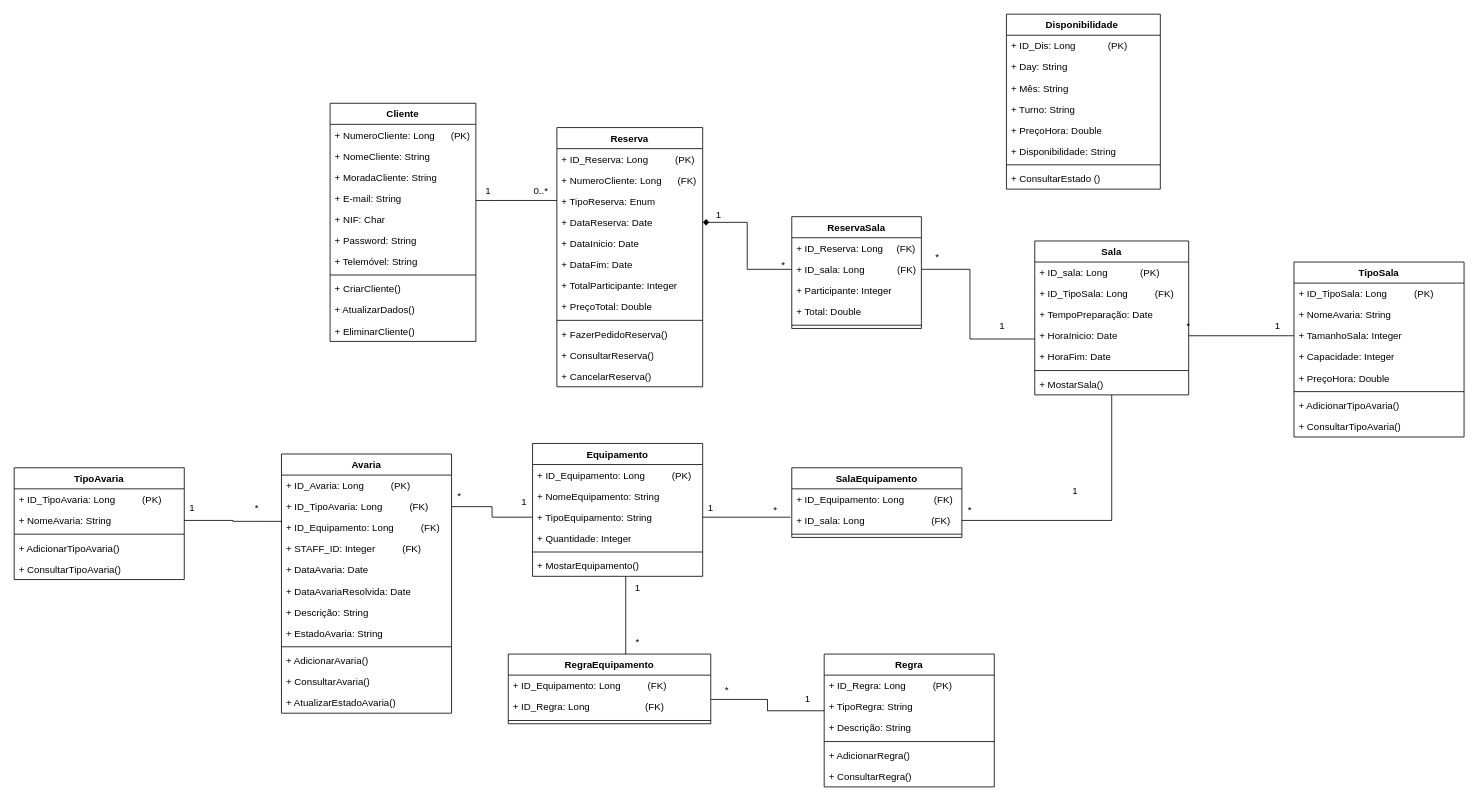
ic3K1ng/Rooms-Equipments keeps this draw.io diagram as Diagrama de Classes.drawio. Above is the earlier version. Source tidied: cells renumbered, new cells numbered last; positions are measured from the earlier drawing's top-left corner, leaving out a move shared by most shapes. Both pictures are drawn from the tidied source at 81%, with x=0, y=0 at pixel (14, 14).
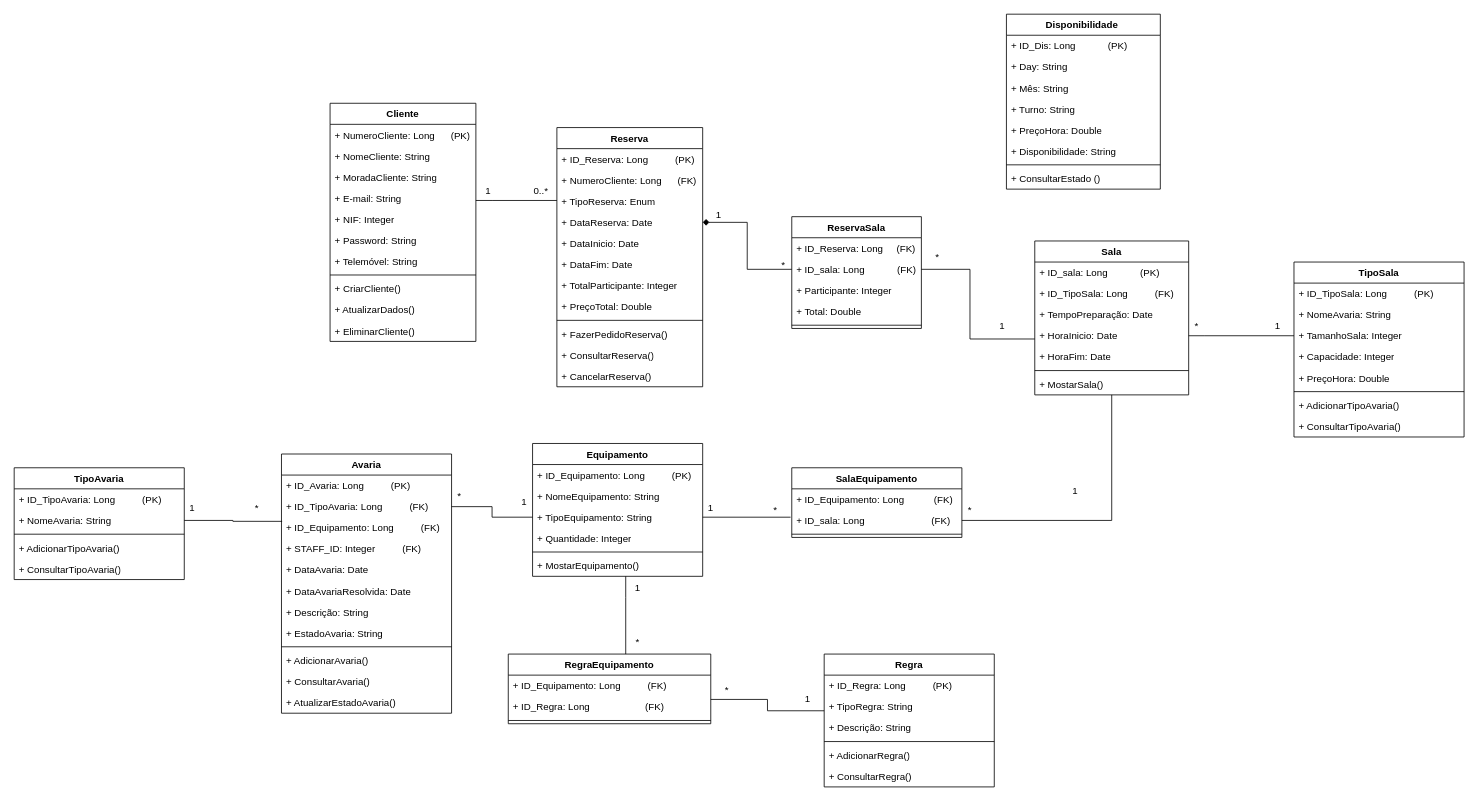
Above is the later version.

Commit message:
Data type change

Unchanged cells that the change refers to:
```xml
<mxCell id="2" value="Cliente" style="swimlane;fontStyle=1;align=center;verticalAlign=top;horizontal=1;startSize=26;whiteSpace=wrap;html=1;" parent="1" vertex="1">
  <mxGeometry x="390" y="110" width="180" height="294" as="geometry" />
</mxCell>
```

What changed in the source:
```diff
@@
-    <mxCell id="7" value="+ NIF: Char" style="text;strokeColor=none;fillColor=none;align=left;verticalAlign=top;spacingLeft=4;spacingRight=4;overflow=hidden;whiteSpace=wrap;html=1;" parent="2" vertex="1">
+    <mxCell id="7" value="+ NIF: Integer" style="text;strokeColor=none;fillColor=none;align=left;verticalAlign=top;spacingLeft=4;spacingRight=4;overflow=hidden;whiteSpace=wrap;html=1;" parent="2" vertex="1">
       <mxGeometry y="130" width="180" height="26" as="geometry" />
     </mxCell>
@@
     <mxCell id="129" value="*" style="text;html=1;align=center;verticalAlign=middle;whiteSpace=wrap;rounded=0;" parent="1" vertex="1">
-      <mxGeometry x="1420" y="370" width="60" height="30" as="geometry" />
+      <mxGeometry x="1430" y="370" width="60" height="30" as="geometry" />
     </mxCell>
```
